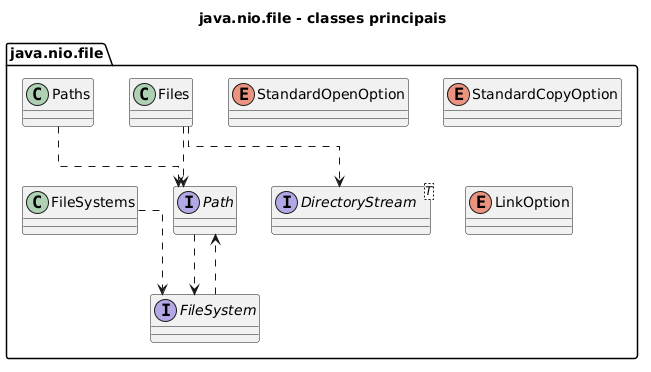
fabriciosantana/idp-marp-slides keeps this PlantUML diagram as subjects/poo/images/12-file-classes-java.nio.png. Above is the earlier version. Its diagram source:
```plantuml
@startuml
title java.nio.file - classes principais

skinparam classAttributeIconSize 0
skinparam linetype ortho
set separator none

package "java.nio.file" {
  interface Path
  class Files
  class Paths
  class FileSystems
  interface FileSystem
  interface DirectoryStream<T>
  enum StandardOpenOption
  enum StandardCopyOption
  enum LinkOption
}

Paths ..> Path
Files ..> Path
FileSystems ..> FileSystem
FileSystem ..> Path
Files ..> DirectoryStream
Path ..> FileSystem

@enduml
```
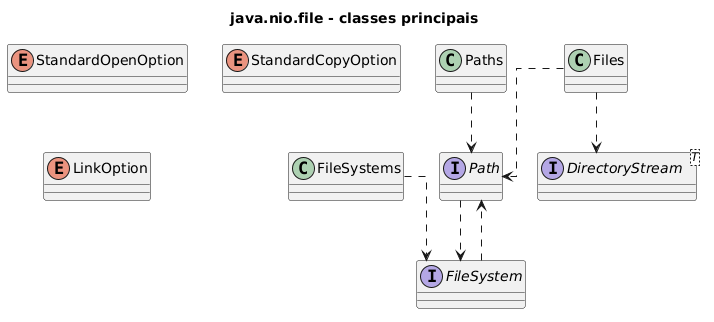
The same diagram one commit later.

Diff of the diagram source:
```diff
@@ -5,17 +5,15 @@
 skinparam linetype ortho
 set separator none
 
-package "java.nio.file" {
-  interface Path
-  class Files
-  class Paths
-  class FileSystems
-  interface FileSystem
-  interface DirectoryStream<T>
-  enum StandardOpenOption
-  enum StandardCopyOption
-  enum LinkOption
-}
+interface Path
+class Files
+class Paths
+class FileSystems
+interface FileSystem
+interface DirectoryStream<T>
+enum StandardOpenOption
+enum StandardCopyOption
+enum LinkOption
 
 Paths ..> Path
 Files ..> Path
```
